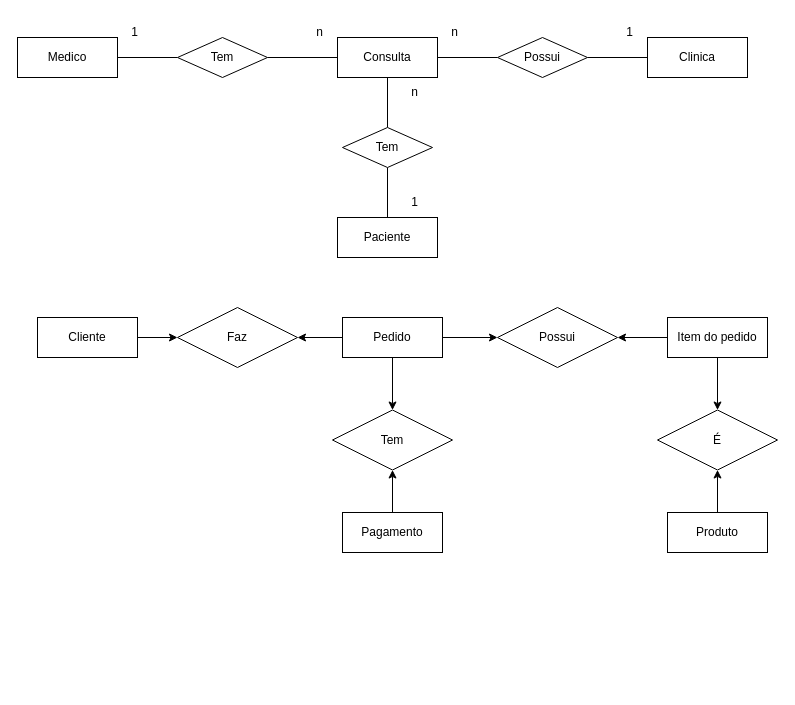
This is Projeto_ECommerce/Modelagem/Clinica Medica.drawio from jheykocarreno/Senai_BackEnd, a draw.io file, before an edit. Source tidied: cells renumbered, new cells numbered last; positions are measured from the earlier drawing's top-left corner, leaving out a move shared by most shapes. Both pictures are drawn from the tidied source at 100%, with x=0, y=0 at pixel (17, 17).
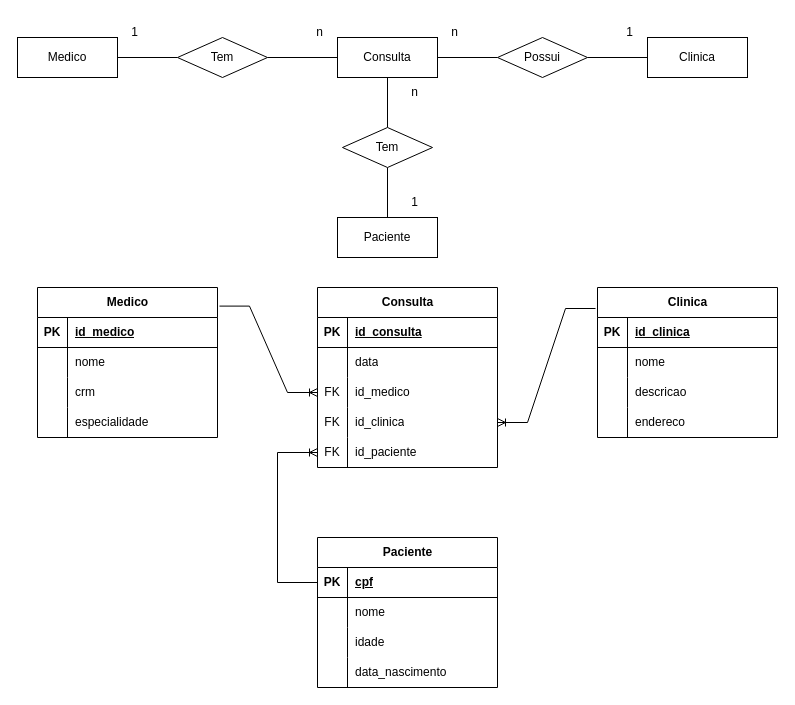
The same page after the edit.

The edit, as a diff of the source:
```diff
@@
-    <mxCell id="15" style="edgeStyle=orthogonalEdgeStyle;rounded=0;jettySize=auto;html=1;exitX=0;exitY=0.5;exitDx=0;exitDy=0;entryX=1;entryY=0.5;entryDx=0;entryDy=0;" parent="1" edge="1" source="18" target="28">
-      <mxGeometry relative="1" as="geometry" />
-    </mxCell>
-    <mxCell id="16" style="edgeStyle=orthogonalEdgeStyle;rounded=0;jettySize=auto;html=1;exitX=1;exitY=0.5;exitDx=0;exitDy=0;entryX=0;entryY=0.5;entryDx=0;entryDy=0;" parent="1" edge="1" source="18" target="29">
-      <mxGeometry relative="1" as="geometry" />
-    </mxCell>
-    <mxCell id="17" style="edgeStyle=orthogonalEdgeStyle;rounded=0;jettySize=auto;html=1;" parent="1" edge="1" source="18" target="31">
-      <mxGeometry relative="1" as="geometry" />
-    </mxCell>
-    <mxCell id="18" value="Pedido" style="whiteSpace=wrap;html=1;align=center;" parent="1" vertex="1">
-      <mxGeometry x="325" y="300" width="100" height="40" as="geometry" />
-    </mxCell>
-    <mxCell id="19" style="edgeStyle=orthogonalEdgeStyle;rounded=0;jettySize=auto;html=1;exitX=1;exitY=0.5;exitDx=0;exitDy=0;entryX=0;entryY=0.5;entryDx=0;entryDy=0;" parent="1" edge="1" source="20" target="28">
-      <mxGeometry relative="1" as="geometry" />
-    </mxCell>
-    <mxCell id="20" value="Cliente" style="whiteSpace=wrap;html=1;align=center;" parent="1" vertex="1">
-      <mxGeometry x="20" y="300" width="100" height="40" as="geometry" />
-    </mxCell>
-    <mxCell id="21" style="edgeStyle=orthogonalEdgeStyle;rounded=0;jettySize=auto;html=1;" parent="1" edge="1" source="23" target="29">
-      <mxGeometry relative="1" as="geometry" />
-    </mxCell>
-    <mxCell id="22" style="edgeStyle=orthogonalEdgeStyle;rounded=0;jettySize=auto;html=1;entryX=0.5;entryY=0;entryDx=0;entryDy=0;" parent="1" edge="1" source="23" target="30">
-      <mxGeometry relative="1" as="geometry" />
-    </mxCell>
-    <mxCell id="23" value="Item do pedido" style="whiteSpace=wrap;html=1;align=center;" parent="1" vertex="1">
-      <mxGeometry x="650" y="300" width="100" height="40" as="geometry" />
-    </mxCell>
-    <mxCell id="24" style="edgeStyle=orthogonalEdgeStyle;rounded=0;jettySize=auto;html=1;exitX=0.5;exitY=0;exitDx=0;exitDy=0;entryX=0.5;entryY=1;entryDx=0;entryDy=0;" parent="1" edge="1" source="25" target="31">
-      <mxGeometry relative="1" as="geometry" />
-    </mxCell>
-    <mxCell id="25" value="Pagamento" style="whiteSpace=wrap;html=1;align=center;" parent="1" vertex="1">
-      <mxGeometry x="325" y="495" width="100" height="40" as="geometry" />
-    </mxCell>
-    <mxCell id="26" style="edgeStyle=orthogonalEdgeStyle;rounded=0;jettySize=auto;html=1;entryX=0.5;entryY=1;entryDx=0;entryDy=0;" parent="1" edge="1" source="27" target="30">
-      <mxGeometry relative="1" as="geometry" />
-    </mxCell>
-    <mxCell id="27" value="Produto" style="whiteSpace=wrap;html=1;align=center;" parent="1" vertex="1">
-      <mxGeometry x="650" y="495" width="100" height="40" as="geometry" />
-    </mxCell>
-    <mxCell id="28" value="Faz" style="shape=rhombus;perimeter=rhombusPerimeter;whiteSpace=wrap;html=1;align=center;" parent="1" vertex="1">
-      <mxGeometry x="160" y="290" width="120" height="60" as="geometry" />
-    </mxCell>
-    <mxCell id="29" value="Possui" style="shape=rhombus;perimeter=rhombusPerimeter;whiteSpace=wrap;html=1;align=center;" parent="1" vertex="1">
-      <mxGeometry x="480" y="290" width="120" height="60" as="geometry" />
-    </mxCell>
-    <mxCell id="30" value="É" style="shape=rhombus;perimeter=rhombusPerimeter;whiteSpace=wrap;html=1;align=center;" parent="1" vertex="1">
-      <mxGeometry x="640" y="392.5" width="120" height="60" as="geometry" />
-    </mxCell>
-    <mxCell id="31" value="Tem" style="shape=rhombus;perimeter=rhombusPerimeter;whiteSpace=wrap;html=1;align=center;" parent="1" vertex="1">
-      <mxGeometry x="315" y="392.5" width="120" height="60" as="geometry" />
-    </mxCell>
@@
+    <mxCell id="38" value="Medico" style="shape=table;startSize=30;childLayout=tableLayout;rowLines=0;fontStyle=1;align=center;html=1;" parent="1" vertex="1">
+      <mxGeometry x="20" y="270" width="180" height="150" as="geometry" />
+    </mxCell>
+    <mxCell id="39" style="shape=tableRow;horizontal=0;startSize=0;swimlaneHead=0;swimlaneBody=0;fillColor=none;top=0;left=0;right=0;bottom=1;" parent="38" vertex="1">
+      <mxGeometry y="30" width="180" height="30" as="geometry" />
+    </mxCell>
+    <mxCell id="40" value="PK" style="shape=partialRectangle;fillColor=none;top=0;left=0;bottom=0;right=0;fontStyle=1;overflow=hidden;whiteSpace=wrap;html=1;" parent="39" vertex="1">
+      <mxGeometry width="30" height="30" as="geometry" />
+    </mxCell>
+    <mxCell id="41" value="id_medico" style="shape=partialRectangle;fillColor=none;top=0;left=0;bottom=0;right=0;align=left;spacingLeft=6;fontStyle=5;overflow=hidden;whiteSpace=wrap;html=1;" parent="39" vertex="1">
+      <mxGeometry x="30" width="150" height="30" as="geometry" />
+    </mxCell>
+    <mxCell id="42" style="shape=tableRow;horizontal=0;startSize=0;swimlaneHead=0;swimlaneBody=0;fillColor=none;top=0;left=0;right=0;bottom=0;" parent="38" vertex="1">
+      <mxGeometry y="60" width="180" height="30" as="geometry" />
+    </mxCell>
+    <mxCell id="43" style="shape=partialRectangle;fillColor=none;top=0;left=0;bottom=0;right=0;overflow=hidden;whiteSpace=wrap;html=1;" parent="42" vertex="1">
+      <mxGeometry width="30" height="30" as="geometry" />
+    </mxCell>
+    <mxCell id="44" value="nome" style="shape=partialRectangle;fillColor=none;top=0;left=0;bottom=0;right=0;align=left;spacingLeft=6;overflow=hidden;whiteSpace=wrap;html=1;" parent="42" vertex="1">
+      <mxGeometry x="30" width="150" height="30" as="geometry" />
+    </mxCell>
+    <mxCell id="45" style="shape=tableRow;horizontal=0;startSize=0;swimlaneHead=0;swimlaneBody=0;fillColor=none;top=0;left=0;right=0;bottom=0;" parent="38" vertex="1">
+      <mxGeometry y="90" width="180" height="30" as="geometry" />
+    </mxCell>
+    <mxCell id="46" style="shape=partialRectangle;fillColor=none;top=0;left=0;bottom=0;right=0;overflow=hidden;whiteSpace=wrap;html=1;" parent="45" vertex="1">
+      <mxGeometry width="30" height="30" as="geometry" />
+    </mxCell>
+    <mxCell id="47" value="crm" style="shape=partialRectangle;fillColor=none;top=0;left=0;bottom=0;right=0;align=left;spacingLeft=6;overflow=hidden;whiteSpace=wrap;html=1;" parent="45" vertex="1">
+      <mxGeometry x="30" width="150" height="30" as="geometry" />
+    </mxCell>
+    <mxCell id="48" style="shape=tableRow;horizontal=0;startSize=0;swimlaneHead=0;swimlaneBody=0;fillColor=none;top=0;left=0;right=0;bottom=0;" parent="38" vertex="1">
+      <mxGeometry y="120" width="180" height="30" as="geometry" />
+    </mxCell>
+    <mxCell id="49" style="shape=partialRectangle;fillColor=none;top=0;left=0;bottom=0;right=0;overflow=hidden;whiteSpace=wrap;html=1;" parent="48" vertex="1">
+      <mxGeometry width="30" height="30" as="geometry" />
+    </mxCell>
+    <mxCell id="50" value="especialidade" style="shape=partialRectangle;fillColor=none;top=0;left=0;bottom=0;right=0;align=left;spacingLeft=6;overflow=hidden;whiteSpace=wrap;html=1;" parent="48" vertex="1">
+      <mxGeometry x="30" width="150" height="30" as="geometry" />
+    </mxCell>
+    <mxCell id="51" value="Consulta" style="shape=table;startSize=30;childLayout=tableLayout;rowLines=0;fontStyle=1;align=center;html=1;" parent="1" vertex="1">
+      <mxGeometry x="300" y="270" width="180" height="180" as="geometry" />
+    </mxCell>
+    <mxCell id="52" style="shape=tableRow;horizontal=0;startSize=0;swimlaneHead=0;swimlaneBody=0;fillColor=none;top=0;left=0;right=0;bottom=1;" parent="51" vertex="1">
+      <mxGeometry y="30" width="180" height="30" as="geometry" />
+    </mxCell>
+    <mxCell id="53" value="PK" style="shape=partialRectangle;fillColor=none;top=0;left=0;bottom=0;right=0;fontStyle=1;overflow=hidden;whiteSpace=wrap;html=1;" parent="52" vertex="1">
+      <mxGeometry width="30" height="30" as="geometry" />
+    </mxCell>
+    <mxCell id="54" value="id_consulta" style="shape=partialRectangle;fillColor=none;top=0;left=0;bottom=0;right=0;align=left;spacingLeft=6;fontStyle=5;overflow=hidden;whiteSpace=wrap;html=1;" parent="52" vertex="1">
+      <mxGeometry x="30" width="150" height="30" as="geometry" />
+    </mxCell>
+    <mxCell id="55" style="shape=tableRow;horizontal=0;startSize=0;swimlaneHead=0;swimlaneBody=0;fillColor=none;top=0;left=0;right=0;bottom=0;" parent="51" vertex="1">
+      <mxGeometry y="60" width="180" height="30" as="geometry" />
+    </mxCell>
+    <mxCell id="56" style="shape=partialRectangle;fillColor=none;top=0;left=0;bottom=0;right=0;overflow=hidden;whiteSpace=wrap;html=1;" parent="55" vertex="1">
+      <mxGeometry width="30" height="30" as="geometry" />
+    </mxCell>
+    <mxCell id="57" value="data" style="shape=partialRectangle;fillColor=none;top=0;left=0;bottom=0;right=0;align=left;spacingLeft=6;overflow=hidden;whiteSpace=wrap;html=1;" parent="55" vertex="1">
+      <mxGeometry x="30" width="150" height="30" as="geometry" />
+    </mxCell>
+    <mxCell id="58" style="shape=tableRow;horizontal=0;startSize=0;swimlaneHead=0;swimlaneBody=0;fillColor=none;points=[[0,0.5],[1,0.5]];portConstraint=eastwest;top=0;left=0;right=0;bottom=0;" parent="51" vertex="1">
+      <mxGeometry y="90" width="180" height="30" as="geometry" />
+    </mxCell>
+    <mxCell id="59" value="FK" style="shape=partialRectangle;fillColor=none;top=0;left=0;bottom=0;right=0;overflow=hidden;whiteSpace=wrap;html=1;" parent="58" vertex="1">
+      <mxGeometry width="30" height="30" as="geometry" />
+    </mxCell>
+    <mxCell id="60" value="id_medico" style="shape=partialRectangle;fillColor=none;top=0;left=0;bottom=0;right=0;align=left;spacingLeft=6;overflow=hidden;whiteSpace=wrap;html=1;" parent="58" vertex="1">
+      <mxGeometry x="30" width="150" height="30" as="geometry" />
+    </mxCell>
+    <mxCell id="61" style="shape=tableRow;horizontal=0;startSize=0;swimlaneHead=0;swimlaneBody=0;fillColor=none;points=[[0,0.5],[1,0.5]];portConstraint=eastwest;top=0;left=0;right=0;bottom=0;" parent="51" vertex="1">
+      <mxGeometry y="120" width="180" height="30" as="geometry" />
+    </mxCell>
+    <mxCell id="62" value="FK" style="shape=partialRectangle;fillColor=none;top=0;left=0;bottom=0;right=0;overflow=hidden;whiteSpace=wrap;html=1;" parent="61" vertex="1">
+      <mxGeometry width="30" height="30" as="geometry" />
+    </mxCell>
+    <mxCell id="63" value="id_clinica" style="shape=partialRectangle;fillColor=none;top=0;left=0;bottom=0;right=0;align=left;spacingLeft=6;overflow=hidden;whiteSpace=wrap;html=1;" parent="61" vertex="1">
+      <mxGeometry x="30" width="150" height="30" as="geometry" />
+    </mxCell>
+    <mxCell id="64" style="shape=tableRow;horizontal=0;startSize=0;swimlaneHead=0;swimlaneBody=0;fillColor=none;points=[[0,0.5],[1,0.5]];portConstraint=eastwest;top=0;left=0;right=0;bottom=0;" parent="51" vertex="1">
+      <mxGeometry y="150" width="180" height="30" as="geometry" />
+    </mxCell>
+    <mxCell id="65" value="FK" style="shape=partialRectangle;fillColor=none;top=0;left=0;bottom=0;right=0;overflow=hidden;whiteSpace=wrap;html=1;" parent="64" vertex="1">
+      <mxGeometry width="30" height="30" as="geometry" />
+    </mxCell>
+    <mxCell id="66" value="id_paciente" style="shape=partialRectangle;fillColor=none;top=0;left=0;bottom=0;right=0;align=left;spacingLeft=6;overflow=hidden;whiteSpace=wrap;html=1;" parent="64" vertex="1">
+      <mxGeometry x="30" width="150" height="30" as="geometry" />
+    </mxCell>
+    <mxCell id="67" style="edgeStyle=entityRelationEdgeStyle;fontSize=12;html=1;endArrow=ERoneToMany;rounded=0;exitX=1.011;exitY=0.124;exitDx=0;exitDy=0;entryX=0;entryY=0.5;entryDx=0;entryDy=0;exitPerimeter=0;" parent="1" edge="1" source="38" target="58">
+      <mxGeometry relative="1" as="geometry" />
+    </mxCell>
+    <mxCell id="68" value="Clinica" style="shape=table;startSize=30;childLayout=tableLayout;rowLines=0;fontStyle=1;align=center;html=1;" parent="1" vertex="1">
+      <mxGeometry x="580" y="270" width="180" height="150" as="geometry" />
+    </mxCell>
+    <mxCell id="69" style="shape=tableRow;horizontal=0;startSize=0;swimlaneHead=0;swimlaneBody=0;fillColor=none;top=0;left=0;right=0;bottom=1;" parent="68" vertex="1">
+      <mxGeometry y="30" width="180" height="30" as="geometry" />
+    </mxCell>
+    <mxCell id="70" value="PK" style="shape=partialRectangle;fillColor=none;top=0;left=0;bottom=0;right=0;fontStyle=1;overflow=hidden;whiteSpace=wrap;html=1;" parent="69" vertex="1">
+      <mxGeometry width="30" height="30" as="geometry" />
+    </mxCell>
+    <mxCell id="71" value="id_clinica" style="shape=partialRectangle;fillColor=none;top=0;left=0;bottom=0;right=0;align=left;spacingLeft=6;fontStyle=5;overflow=hidden;whiteSpace=wrap;html=1;" parent="69" vertex="1">
+      <mxGeometry x="30" width="150" height="30" as="geometry" />
+    </mxCell>
+    <mxCell id="72" style="shape=tableRow;horizontal=0;startSize=0;swimlaneHead=0;swimlaneBody=0;fillColor=none;top=0;left=0;right=0;bottom=0;" parent="68" vertex="1">
+      <mxGeometry y="60" width="180" height="30" as="geometry" />
+    </mxCell>
+    <mxCell id="73" style="shape=partialRectangle;fillColor=none;top=0;left=0;bottom=0;right=0;overflow=hidden;whiteSpace=wrap;html=1;" parent="72" vertex="1">
+      <mxGeometry width="30" height="30" as="geometry" />
+    </mxCell>
+    <mxCell id="74" value="nome" style="shape=partialRectangle;fillColor=none;top=0;left=0;bottom=0;right=0;align=left;spacingLeft=6;overflow=hidden;whiteSpace=wrap;html=1;" parent="72" vertex="1">
+      <mxGeometry x="30" width="150" height="30" as="geometry" />
+    </mxCell>
+    <mxCell id="75" style="shape=tableRow;horizontal=0;startSize=0;swimlaneHead=0;swimlaneBody=0;fillColor=none;top=0;left=0;right=0;bottom=0;" parent="68" vertex="1">
+      <mxGeometry y="90" width="180" height="30" as="geometry" />
+    </mxCell>
+    <mxCell id="76" style="shape=partialRectangle;fillColor=none;top=0;left=0;bottom=0;right=0;overflow=hidden;whiteSpace=wrap;html=1;" parent="75" vertex="1">
+      <mxGeometry width="30" height="30" as="geometry" />
+    </mxCell>
+    <mxCell id="77" value="descricao" style="shape=partialRectangle;fillColor=none;top=0;left=0;bottom=0;right=0;align=left;spacingLeft=6;overflow=hidden;whiteSpace=wrap;html=1;" parent="75" vertex="1">
+      <mxGeometry x="30" width="150" height="30" as="geometry" />
+    </mxCell>
+    <mxCell id="78" style="shape=tableRow;horizontal=0;startSize=0;swimlaneHead=0;swimlaneBody=0;fillColor=none;top=0;left=0;right=0;bottom=0;" parent="68" vertex="1">
+      <mxGeometry y="120" width="180" height="30" as="geometry" />
+    </mxCell>
+    <mxCell id="79" style="shape=partialRectangle;fillColor=none;top=0;left=0;bottom=0;right=0;overflow=hidden;whiteSpace=wrap;html=1;" parent="78" vertex="1">
+      <mxGeometry width="30" height="30" as="geometry" />
+    </mxCell>
+    <mxCell id="80" value="endereco" style="shape=partialRectangle;fillColor=none;top=0;left=0;bottom=0;right=0;align=left;spacingLeft=6;overflow=hidden;whiteSpace=wrap;html=1;" parent="78" vertex="1">
+      <mxGeometry x="30" width="150" height="30" as="geometry" />
+    </mxCell>
+    <mxCell id="81" style="edgeStyle=entityRelationEdgeStyle;fontSize=12;html=1;endArrow=ERoneToMany;rounded=0;exitX=-0.011;exitY=0.14;exitDx=0;exitDy=0;entryX=1;entryY=0.5;entryDx=0;entryDy=0;exitPerimeter=0;" parent="1" edge="1" source="68" target="61">
+      <mxGeometry relative="1" as="geometry">
+        <Array as="points">
+          <mxPoint x="490" y="410" />
+        </Array>
+      </mxGeometry>
+    </mxCell>
+    <mxCell id="82" value="Paciente" style="shape=table;startSize=30;childLayout=tableLayout;rowLines=0;fontStyle=1;align=center;html=1;" parent="1" vertex="1">
+      <mxGeometry x="300" y="520" width="180" height="150" as="geometry" />
+    </mxCell>
+    <mxCell id="83" style="shape=tableRow;horizontal=0;startSize=0;swimlaneHead=0;swimlaneBody=0;fillColor=none;points=[[0,0.5],[1,0.5]];portConstraint=eastwest;top=0;left=0;right=0;bottom=1;" parent="82" vertex="1">
+      <mxGeometry y="30" width="180" height="30" as="geometry" />
+    </mxCell>
+    <mxCell id="84" value="PK" style="shape=partialRectangle;fillColor=none;top=0;left=0;bottom=0;right=0;fontStyle=1;overflow=hidden;whiteSpace=wrap;html=1;" parent="83" vertex="1">
+      <mxGeometry width="30" height="30" as="geometry" />
+    </mxCell>
+    <mxCell id="85" value="cpf" style="shape=partialRectangle;fillColor=none;top=0;left=0;bottom=0;right=0;align=left;spacingLeft=6;fontStyle=5;overflow=hidden;whiteSpace=wrap;html=1;" parent="83" vertex="1">
+      <mxGeometry x="30" width="150" height="30" as="geometry" />
+    </mxCell>
+    <mxCell id="86" style="shape=tableRow;horizontal=0;startSize=0;swimlaneHead=0;swimlaneBody=0;fillColor=none;top=0;left=0;right=0;bottom=0;" parent="82" vertex="1">
+      <mxGeometry y="60" width="180" height="30" as="geometry" />
+    </mxCell>
+    <mxCell id="87" style="shape=partialRectangle;fillColor=none;top=0;left=0;bottom=0;right=0;overflow=hidden;whiteSpace=wrap;html=1;" parent="86" vertex="1">
+      <mxGeometry width="30" height="30" as="geometry" />
+    </mxCell>
+    <mxCell id="88" value="nome" style="shape=partialRectangle;fillColor=none;top=0;left=0;bottom=0;right=0;align=left;spacingLeft=6;overflow=hidden;whiteSpace=wrap;html=1;" parent="86" vertex="1">
+      <mxGeometry x="30" width="150" height="30" as="geometry" />
+    </mxCell>
+    <mxCell id="89" style="shape=tableRow;horizontal=0;startSize=0;swimlaneHead=0;swimlaneBody=0;fillColor=none;top=0;left=0;right=0;bottom=0;" parent="82" vertex="1">
+      <mxGeometry y="90" width="180" height="30" as="geometry" />
+    </mxCell>
+    <mxCell id="90" style="shape=partialRectangle;fillColor=none;top=0;left=0;bottom=0;right=0;overflow=hidden;whiteSpace=wrap;html=1;" parent="89" vertex="1">
+      <mxGeometry width="30" height="30" as="geometry" />
+    </mxCell>
+    <mxCell id="91" value="idade" style="shape=partialRectangle;fillColor=none;top=0;left=0;bottom=0;right=0;align=left;spacingLeft=6;overflow=hidden;whiteSpace=wrap;html=1;" parent="89" vertex="1">
+      <mxGeometry x="30" width="150" height="30" as="geometry" />
+    </mxCell>
+    <mxCell id="92" style="shape=tableRow;horizontal=0;startSize=0;swimlaneHead=0;swimlaneBody=0;fillColor=none;top=0;left=0;right=0;bottom=0;" parent="82" vertex="1">
+      <mxGeometry y="120" width="180" height="30" as="geometry" />
+    </mxCell>
+    <mxCell id="93" style="shape=partialRectangle;fillColor=none;top=0;left=0;bottom=0;right=0;overflow=hidden;whiteSpace=wrap;html=1;" parent="92" vertex="1">
+      <mxGeometry width="30" height="30" as="geometry" />
+    </mxCell>
+    <mxCell id="94" value="data_nascimento" style="shape=partialRectangle;fillColor=none;top=0;left=0;bottom=0;right=0;align=left;spacingLeft=6;overflow=hidden;whiteSpace=wrap;html=1;" parent="92" vertex="1">
+      <mxGeometry x="30" width="150" height="30" as="geometry" />
+    </mxCell>
+    <mxCell id="95" style="edgeStyle=elbowEdgeStyle;fontSize=12;html=1;endArrow=ERoneToMany;rounded=0;exitX=0;exitY=0.5;exitDx=0;exitDy=0;entryX=0;entryY=0.5;entryDx=0;entryDy=0;" parent="1" edge="1" source="83" target="64">
+      <mxGeometry relative="1" as="geometry">
+        <Array as="points">
+          <mxPoint x="260" y="510" />
+        </Array>
+      </mxGeometry>
+    </mxCell>
```
